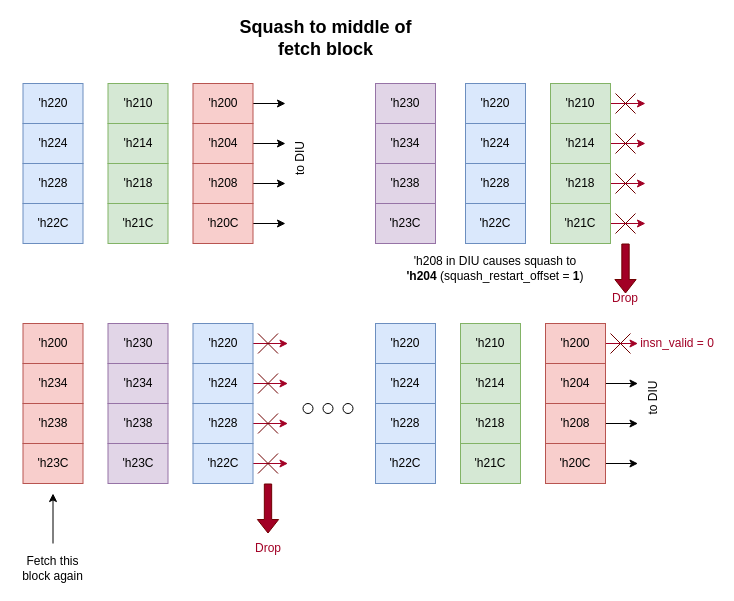
Earlier version of the draw.io diagram docs/units/img/FetchUnitL5FBMiddle.drawio (cornell-brg/blimp). Source tidied: cells renumbered, new cells numbered last; positions are measured from the earlier drawing's top-left corner, leaving out a move shared by most shapes. Both pictures are drawn from the tidied source at 100%, with x=0, y=0 at pixel (17, 23).
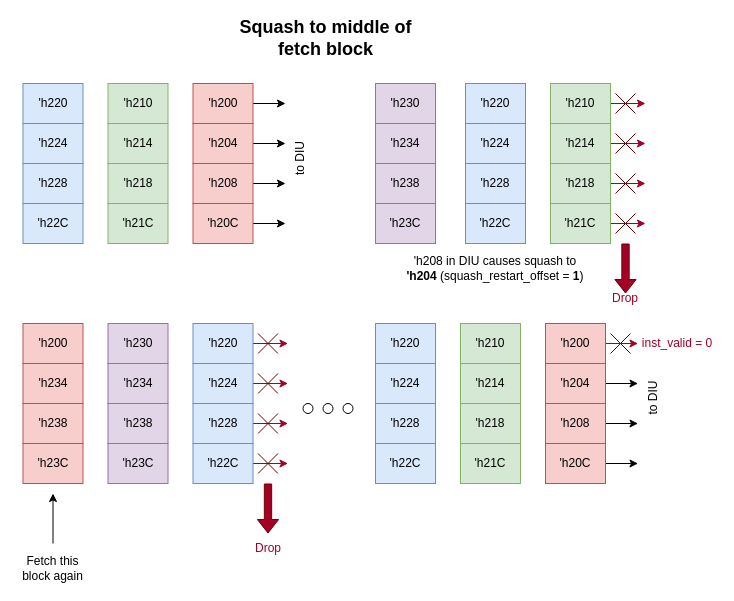
The same diagram, later.

Change to the diagram source:
```diff
@@
-    <mxCell id="97" value="&lt;font style=&quot;color: rgb(162, 0, 37);&quot;&gt;insn_valid = 0&lt;/font&gt;" style="text;html=1;whiteSpace=wrap;strokeColor=none;fillColor=none;align=center;verticalAlign=middle;rounded=0;" parent="1" vertex="1">
+    <mxCell id="97" value="&lt;font style=&quot;color: rgb(162, 0, 37);&quot;&gt;inst_valid = 0&lt;/font&gt;" style="text;html=1;whiteSpace=wrap;strokeColor=none;fillColor=none;align=center;verticalAlign=middle;rounded=0;" parent="1" vertex="1">
       <mxGeometry x="620" y="305" width="80" height="30" as="geometry" />
     </mxCell>
```
